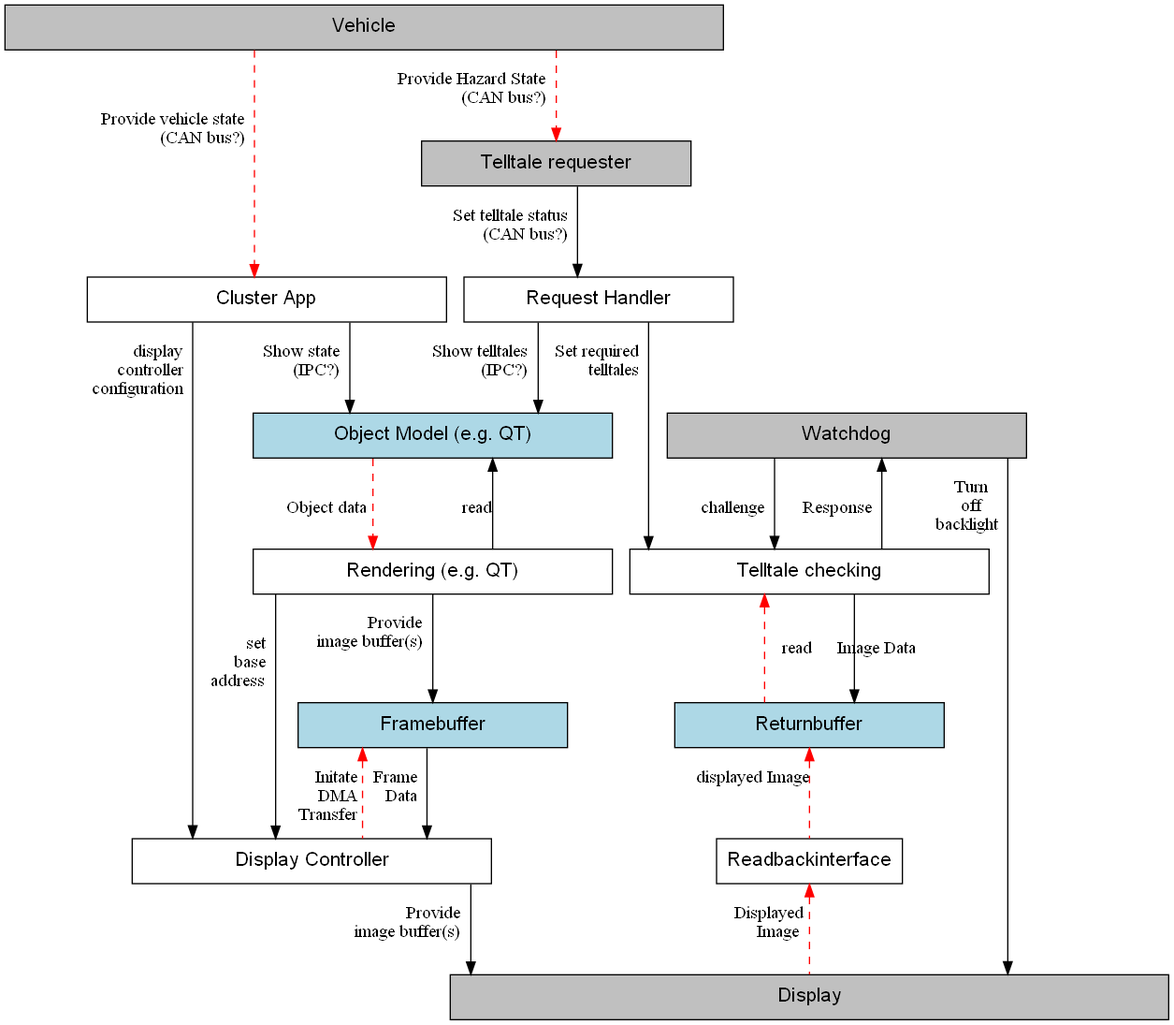
Above: Cluster_Display_Use_Case_v2/stpa/cluster-control-structure.dot.png in elisa-tech/wg-automotive (Graphviz), before the change. Its source is kept beside it as Cluster_Display_Use_Case_v2/stpa/cluster-control-structure.dot.
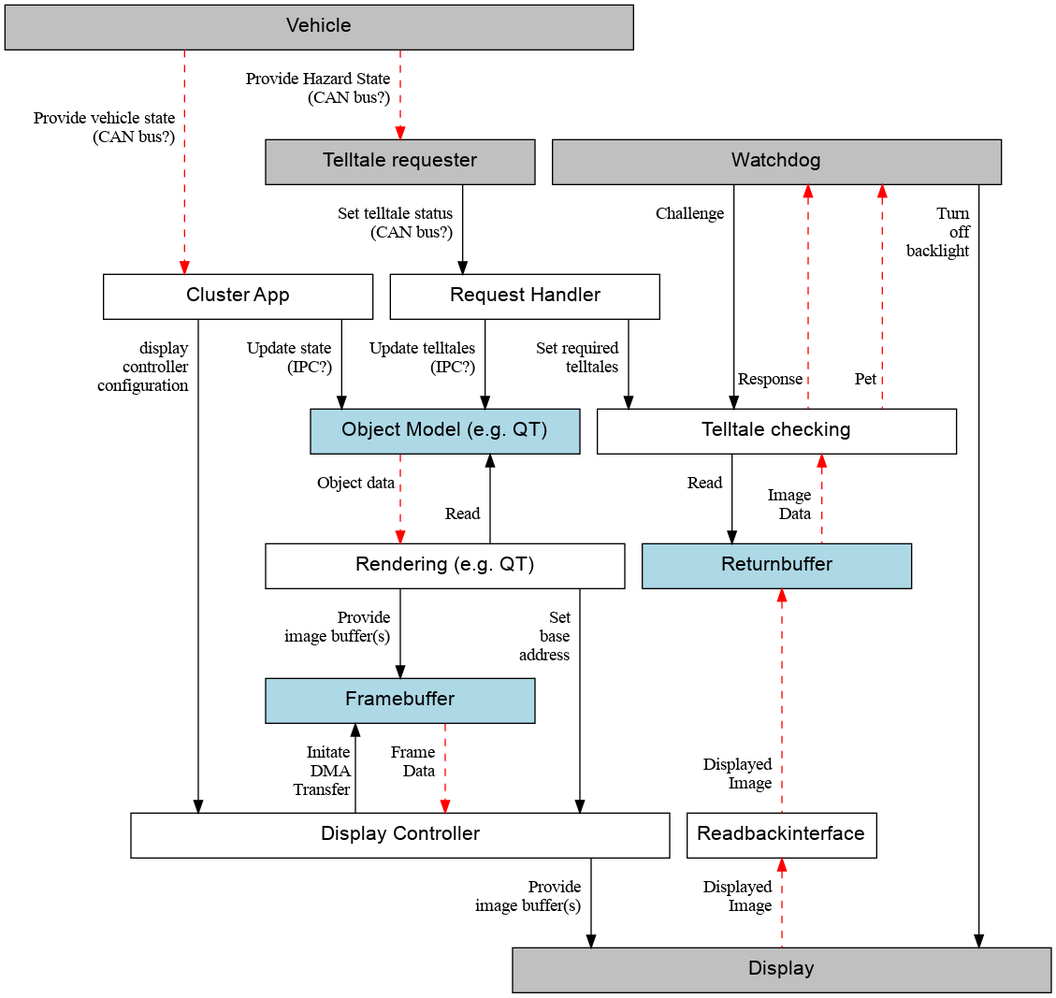
After the commit.

Commit message:
Update diagram and notes

* Changed some arrows from control action to feedback
* Tweaks to labels and size/position
* Extended notes to clarify controller responsibilities
* Added diagram key in notes

The edit, as a diff of the source:
```diff
@@ -3,46 +3,45 @@
 node [shape=box width=1 height=0.5 fontname=arial fontsize=16 style=filled fillcolor=white]
 graph [splines=ortho ranksep=1 nodesep=0.2 fontname=arial fontsize=16 compound=true]
 
-vehicle [label="Vehicle" width=8, fillcolor=gray]
-cluster [label="Cluster App" width=4]
-requester [label="Telltale requester" width=3, fillcolor=gray]
+vehicle [label="Vehicle" width=7 fillcolor=gray]
+cluster [label="Cluster App" width=3]
+rank=same{
+  requester [label="Telltale requester" width=3 fillcolor=gray]
+  watchdog [label="Watchdog" width=5 fillcolor=gray]
+}
 handler [label="Request Handler" width=3]
-render_OM [label="Object Model (e.g. QT)" width=4,fillcolor=lightblue]
+render_OM [label="Object Model (e.g. QT)" width=3 fillcolor=lightblue]
 render [label="Rendering (e.g. QT)" width=4]
-dControl [label="Display Controller" width=4]
-framebuffer [label="Framebuffer" width=3,fillcolor=lightblue]
-returnbuffer [label="Returnbuffer" width=3,fillcolor=lightblue]
-display [label="Display" width=8, fillcolor=gray]
+dControl [label="Display Controller" width=6]
+framebuffer [label="Framebuffer" width=3 fillcolor=lightblue]
+returnbuffer [label="Returnbuffer" width=3 fillcolor=lightblue]
+display [label="Display" width=6 fillcolor=gray]
 check [label="Telltale checking" width=4]
-readbackinterface [label="Readbackinterface",width=2]
-watchdog [label="Watchdog" width=4, fillcolor=gray]
+readbackinterface [label="Readbackinterface" width=2]
 
 vehicle -> cluster [taillabel="\r\r\r Provide vehicle state  \r(CAN bus?)  \r" style=dashed color=red]
 vehicle -> requester [taillabel="\rProvide Hazard State  \r(CAN bus?)  \r" style=dashed color=red]
 requester -> handler [taillabel="\rSet telltale status  \r(CAN bus?)  \r"]
-cluster -> render_OM [taillabel="\rShow state  \r(IPC?)  \r" weight=2]
-cluster ->  dControl [taillabel="\r display  \rcontroller  \r configuration  \r" weight=2]
-handler -> check [taillabel="\r  Set required  \r telltales  \r"]
-handler -> render_OM [taillabel="\rShow telltales  \r(IPC?)  \r"]
+cluster -> render_OM [taillabel="\rUpdate state  \r(IPC?)  \r"]
+cluster ->  dControl [taillabel="\r display  \rcontroller  \r configuration  \r"]
+handler -> check [taillabel="\rSet required  \rtelltales  \r"]
+handler -> render_OM [taillabel="\rUpdate telltales  \r(IPC?)  \r"]
 dControl -> display [taillabel="\rProvide  \rimage buffer(s)  \r"]
 render -> framebuffer [taillabel="\rProvide  \rimage buffer(s)  \r"]
-readbackinterface -> display [dir=back taillabel="\r Displayed \nImage  \r" style=dashed color=red]
+readbackinterface -> display [dir=back taillabel="\rDisplayed  \rImage  \r" style=dashed color=red]
 
-watchdog -> check [dir=back,taillabel="\r\r Response  \r"]
-watchdog -> check [taillabel="\r\r            challenge  \r"]
-watchdog -> display [taillabel="\rTurn\noff\nbacklight  \r"]
-framebuffer -> dControl [dir=back taillabel="\r Initate \rDMA \r Transfer \r" style=dashed color=red]
-framebuffer -> dControl [taillabel="\r Frame  \r  Data  \r"]
-render -> dControl [taillabel="\r\r  set  \r base  \raddress  \r"]
+watchdog -> check [taillabel="\rChallenge  \r"]
+watchdog -> check [dir=back headlabel="\rResponse \r\r" style=dashed color=red]
+watchdog -> check [dir=back headlabel="\rPet \r\r" style=dashed color=red]
+watchdog -> display [taillabel="\rTurn  \roff  \rbacklight  \r"]
+framebuffer -> dControl [dir=back taillabel="\r Initate \rDMA \r Transfer \r"]
+framebuffer -> dControl [taillabel="\r Frame  \r  Data  \r" style=dashed color=red]
+render -> dControl [taillabel="\rSet  \rbase  \raddress  \r"]
 
-
-render_OM -> render [taillabel="\r\r Object data ",style=dashed color=red]
-render_OM -> render [dir=back taillabel="\r\r read" ]
-check -> returnbuffer [label="read"]
-check -> returnbuffer [dir=back,label="Image Data",color=red, style=dashed]
-returnbuffer -> readbackinterface [dir=back, taillabel="\r displayed Image",color=red,style=dashed]
-
-
-
+render_OM -> render [taillabel="\rObject data " style=dashed color=red]
+render_OM -> render [dir=back headlabel="\rRead  \r\r" ]
+check -> returnbuffer [taillabel="\rRead  \r"]
+check -> returnbuffer [dir=back headlabel="\rImage  \rData  \r\r" color=red style=dashed]
+returnbuffer -> readbackinterface [dir=back headlabel="\r Displayed  \rImage  \r\r" color=red style=dashed]
 
 }
```
